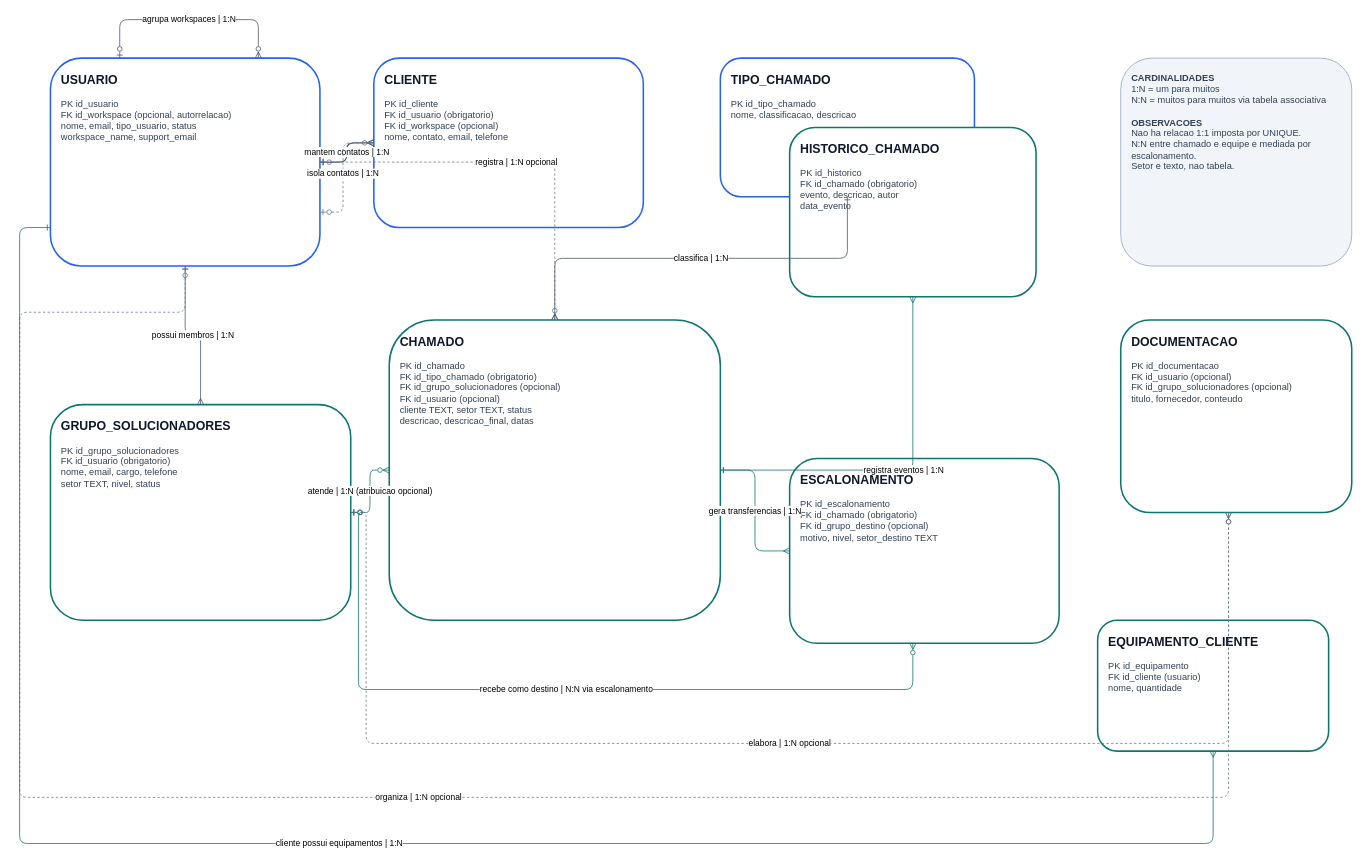
Carlos-Eduardo20/HelpTI keeps this draw.io diagram as docs/sqlite-model.drawio. Above is the earlier version. Source tidied: cells renumbered, new cells numbered last; positions are measured from the earlier drawing's top-left corner, leaving out a move shared by most shapes. Both pictures are drawn from the tidied source at 77%, with x=0, y=0 at pixel (19, 19).
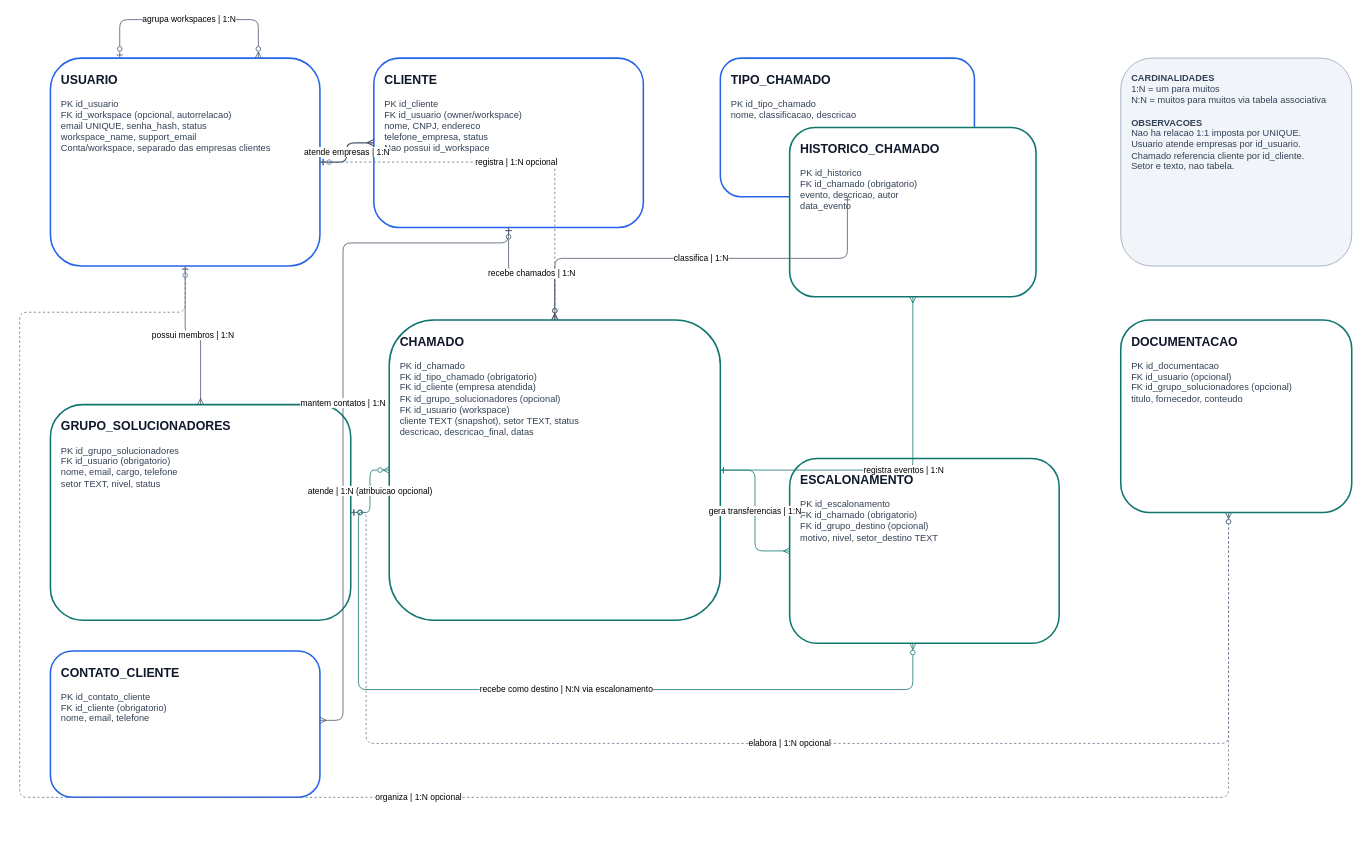
The same page after the edit.

What changed in the source:
```diff
@@
-    <mxCell id="2" value="&lt;div style=&quot;font-size:16px;font-weight:bold;color:#0f172a&quot;&gt;USUARIO&lt;/div&gt;&lt;br&gt;PK id_usuario&lt;br&gt;FK id_workspace (opcional, autorrelacao)&lt;br&gt;nome, email, tipo_usuario, status&lt;br&gt;workspace_name, support_email" style="rounded=1;whiteSpace=wrap;html=1;align=left;verticalAlign=top;spacing=14;fillColor=#ffffff;strokeColor=#2563eb;strokeWidth=2;fontColor=#334155;fontSize=12;" parent="1" vertex="1">
+    <mxCell id="2" value="&lt;div style=&quot;font-size:16px;font-weight:bold;color:#0f172a&quot;&gt;USUARIO&lt;/div&gt;&lt;br&gt;PK id_usuario&lt;br&gt;FK id_workspace (opcional, autorrelacao)&lt;br&gt;email UNIQUE, senha_hash, status&lt;br&gt;workspace_name, support_email&lt;br&gt;Conta/workspace, separado das empresas clientes" style="rounded=1;whiteSpace=wrap;html=1;align=left;verticalAlign=top;spacing=14;fillColor=#ffffff;strokeColor=#2563eb;strokeWidth=2;fontColor=#334155;fontSize=12;" parent="1" vertex="1">
       <mxGeometry x="40" y="50" width="350" height="270" as="geometry" />
     </mxCell>
-    <mxCell id="3" value="&lt;div style=&quot;font-size:16px;font-weight:bold;color:#0f172a&quot;&gt;CLIENTE&lt;/div&gt;&lt;br&gt;PK id_cliente&lt;br&gt;FK id_usuario (obrigatorio)&lt;br&gt;FK id_workspace (opcional)&lt;br&gt;nome, contato, email, telefone" style="rounded=1;whiteSpace=wrap;html=1;align=left;verticalAlign=top;spacing=14;fillColor=#ffffff;strokeColor=#2563eb;strokeWidth=2;fontColor=#334155;fontSize=12;" parent="1" vertex="1">
+    <mxCell id="3" value="&lt;div style=&quot;font-size:16px;font-weight:bold;color:#0f172a&quot;&gt;CLIENTE&lt;/div&gt;&lt;br&gt;PK id_cliente&lt;br&gt;FK id_usuario (owner/workspace)&lt;br&gt;nome, CNPJ, endereco&lt;br&gt;telefone_empresa, status&lt;br&gt;Nao possui id_workspace" style="rounded=1;whiteSpace=wrap;html=1;align=left;verticalAlign=top;spacing=14;fillColor=#ffffff;strokeColor=#2563eb;strokeWidth=2;fontColor=#334155;fontSize=12;" parent="1" vertex="1">
       <mxGeometry x="460" y="50" width="350" height="220" as="geometry" />
     </mxCell>
+    <mxCell id="25" value="&lt;div style=&quot;font-size:16px;font-weight:bold;color:#0f172a&quot;&gt;CONTATO_CLIENTE&lt;/div&gt;&lt;br&gt;PK id_contato_cliente&lt;br&gt;FK id_cliente (obrigatorio)&lt;br&gt;nome, email, telefone" style="rounded=1;whiteSpace=wrap;html=1;align=left;verticalAlign=top;spacing=14;fillColor=#ffffff;strokeColor=#2563eb;strokeWidth=2;fontColor=#334155;fontSize=12;" parent="1" vertex="1">
+      <mxGeometry x="40" y="820" width="350" height="190" as="geometry" />
+    </mxCell>
@@
-    <mxCell id="6" value="&lt;div style=&quot;font-size:16px;font-weight:bold;color:#0f172a&quot;&gt;CHAMADO&lt;/div&gt;&lt;br&gt;PK id_chamado&lt;br&gt;FK id_tipo_chamado (obrigatorio)&lt;br&gt;FK id_grupo_solucionadores (opcional)&lt;br&gt;FK id_usuario (opcional)&lt;br&gt;cliente TEXT, setor TEXT, status&lt;br&gt;descricao, descricao_final, datas" style="rounded=1;whiteSpace=wrap;html=1;align=left;verticalAlign=top;spacing=14;fillColor=#ffffff;strokeColor=#0f766e;strokeWidth=2;fontColor=#334155;fontSize=12;" parent="1" vertex="1">
+    <mxCell id="6" value="&lt;div style=&quot;font-size:16px;font-weight:bold;color:#0f172a&quot;&gt;CHAMADO&lt;/div&gt;&lt;br&gt;PK id_chamado&lt;br&gt;FK id_tipo_chamado (obrigatorio)&lt;br&gt;FK id_cliente (empresa atendida)&lt;br&gt;FK id_grupo_solucionadores (opcional)&lt;br&gt;FK id_usuario (workspace)&lt;br&gt;cliente TEXT (snapshot), setor TEXT, status&lt;br&gt;descricao, descricao_final, datas" style="rounded=1;whiteSpace=wrap;html=1;align=left;verticalAlign=top;spacing=14;fillColor=#ffffff;strokeColor=#0f766e;strokeWidth=2;fontColor=#334155;fontSize=12;" parent="1" vertex="1">
       <mxGeometry x="480" y="390" width="430" height="390" as="geometry" />
     </mxCell>
@@
-    <mxCell id="10" value="&lt;b&gt;CARDINALIDADES&lt;/b&gt;&lt;br&gt;1:N = um para muitos&lt;br&gt;N:N = muitos para muitos via tabela associativa&lt;br&gt;&lt;br&gt;&lt;b&gt;OBSERVACOES&lt;/b&gt;&lt;br&gt;Nao ha relacao 1:1 imposta por UNIQUE.&lt;br&gt;N:N entre chamado e equipe e mediada por escalonamento.&lt;br&gt;Setor e texto, nao tabela." style="rounded=1;whiteSpace=wrap;html=1;align=left;verticalAlign=top;spacing=14;fillColor=#f1f5f9;strokeColor=#94a3b8;strokeWidth=1;fontColor=#334155;fontSize=12;" parent="1" vertex="1">
+    <mxCell id="10" value="&lt;b&gt;CARDINALIDADES&lt;/b&gt;&lt;br&gt;1:N = um para muitos&lt;br&gt;N:N = muitos para muitos via tabela associativa&lt;br&gt;&lt;br&gt;&lt;b&gt;OBSERVACOES&lt;/b&gt;&lt;br&gt;Nao ha relacao 1:1 imposta por UNIQUE.&lt;br&gt;Usuario atende empresas por id_usuario.&lt;br&gt;Chamado referencia cliente por id_cliente.&lt;br&gt;Setor e texto, nao tabela." style="rounded=1;whiteSpace=wrap;html=1;align=left;verticalAlign=top;spacing=14;fillColor=#f1f5f9;strokeColor=#94a3b8;strokeWidth=1;fontColor=#334155;fontSize=12;" parent="1" vertex="1">
       <mxGeometry x="1430" y="50" width="300" height="270" as="geometry" />
     </mxCell>
-    <mxCell id="11" value="&lt;div style=&quot;font-size:16px;font-weight:bold;color:#0f172a&quot;&gt;EQUIPAMENTO_CLIENTE&lt;/div&gt;&lt;br&gt;PK id_equipamento&lt;br&gt;FK id_cliente (usuario)&lt;br&gt;nome, quantidade" style="rounded=1;whiteSpace=wrap;html=1;align=left;verticalAlign=top;spacing=14;fillColor=#ffffff;strokeColor=#0f766e;strokeWidth=2;fontColor=#334155;fontSize=12;" parent="1" vertex="1">
-      <mxGeometry x="1400" y="780" width="300" height="170" as="geometry" />
-    </mxCell>
-    <mxCell id="12" value="mantem contatos | 1:N" style="edgeStyle=orthogonalEdgeStyle;rounded=1;jettySize=auto;html=1;strokeColor=#475569;strokeWidth=1.5;startArrow=ERone;startFill=0;endArrow=ERmany;endFill=0;fontSize=11;labelBackgroundColor=#ffffff;" parent="1" edge="1" source="2" target="3">
+    <mxCell id="12" value="atende empresas | 1:N" style="edgeStyle=orthogonalEdgeStyle;rounded=1;jettySize=auto;html=1;strokeColor=#475569;strokeWidth=1.5;startArrow=ERone;startFill=0;endArrow=ERmany;endFill=0;fontSize=11;labelBackgroundColor=#ffffff;" parent="1" edge="1" source="2" target="3">
       <mxGeometry relative="1" as="geometry" />
     </mxCell>
@@
-    <mxCell id="14" value="isola contatos | 1:N" style="edgeStyle=orthogonalEdgeStyle;rounded=1;jettySize=auto;html=1;strokeColor=#64748b;dashed=1;startArrow=ERzeroToOne;startFill=0;endArrow=ERzeroToMany;endFill=0;fontSize=11;labelBackgroundColor=#ffffff;" parent="1" edge="1" source="2" target="3">
-      <mxGeometry relative="1" as="geometry">
-        <Array as="points">
-          <mxPoint x="420" y="250" />
-        </Array>
-      </mxGeometry>
-    </mxCell>
+    <mxCell id="26" value="mantem contatos | 1:N" style="edgeStyle=orthogonalEdgeStyle;rounded=1;jettySize=auto;html=1;strokeColor=#475569;startArrow=ERone;startFill=0;endArrow=ERmany;endFill=0;fontSize=11;labelBackgroundColor=#ffffff;" parent="1" edge="1" source="3" target="25">
+      <mxGeometry relative="1" as="geometry">
+        <Array as="points">
+          <mxPoint x="420" y="290" />
+          <mxPoint x="420" y="910" />
+        </Array>
+      </mxGeometry>
+    </mxCell>
@@
+    <mxCell id="27" value="recebe chamados | 1:N" style="edgeStyle=orthogonalEdgeStyle;rounded=1;jettySize=auto;html=1;strokeColor=#475569;startArrow=ERzeroToOne;startFill=0;endArrow=ERzeroToMany;endFill=0;fontSize=11;labelBackgroundColor=#ffffff;" parent="1" edge="1" source="3" target="6">
+      <mxGeometry relative="1" as="geometry" />
+    </mxCell>
@@
-    <mxCell id="24" value="cliente possui equipamentos | 1:N" style="edgeStyle=orthogonalEdgeStyle;rounded=1;jettySize=auto;html=1;strokeColor=#0f766e;startArrow=ERone;startFill=0;endArrow=ERmany;endFill=0;fontSize=11;labelBackgroundColor=#ffffff;" parent="1" edge="1" source="2" target="11">
-      <mxGeometry relative="1" as="geometry">
-        <Array as="points">
-          <mxPoint y="270" />
-          <mxPoint y="1070" />
-          <mxPoint x="1550" y="1070" />
-        </Array>
-      </mxGeometry>
-    </mxCell>
```
